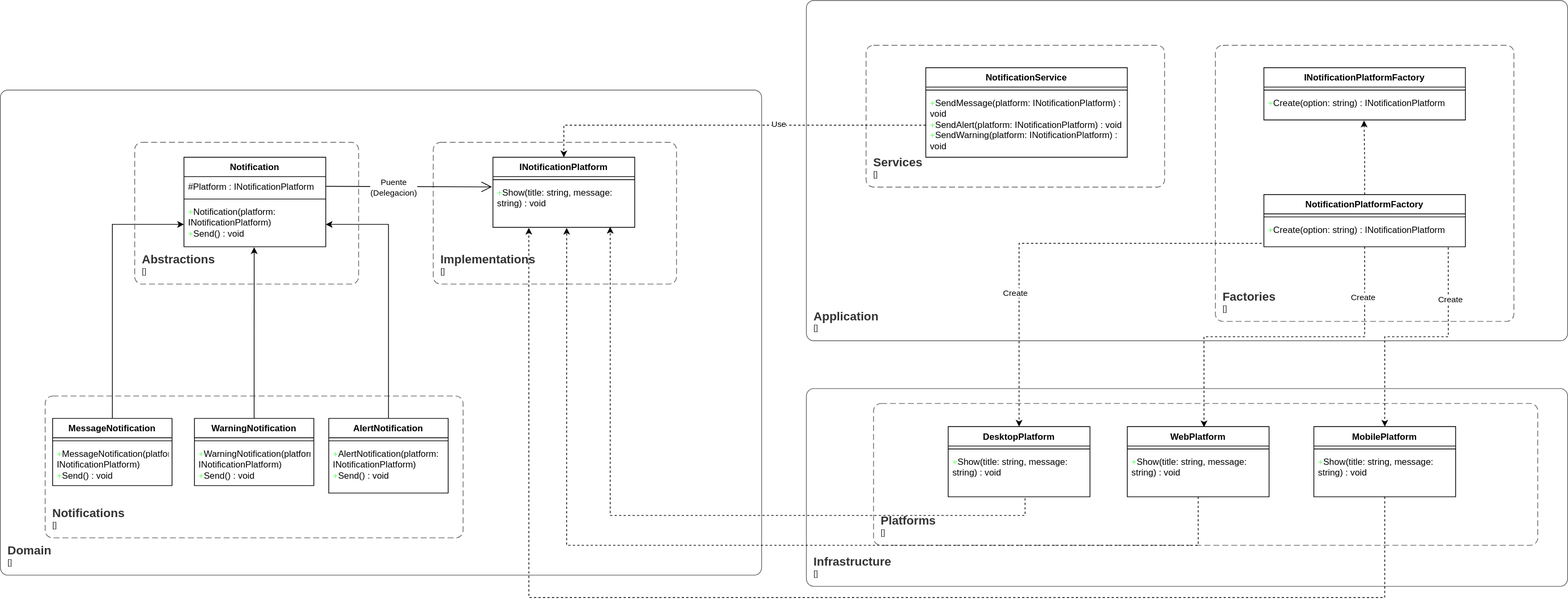
This is Scenarios/02_NotificationBridge/ClassDiagram/02_NotificationBridge.svg from jmanriquecruz/Unisabana-DesignPatterns, a draw.io export, as it was before one commit. Source tidied: cells renumbered, new cells last; positions are measured from the earlier drawing's top-left corner, leaving out a move shared by most shapes.
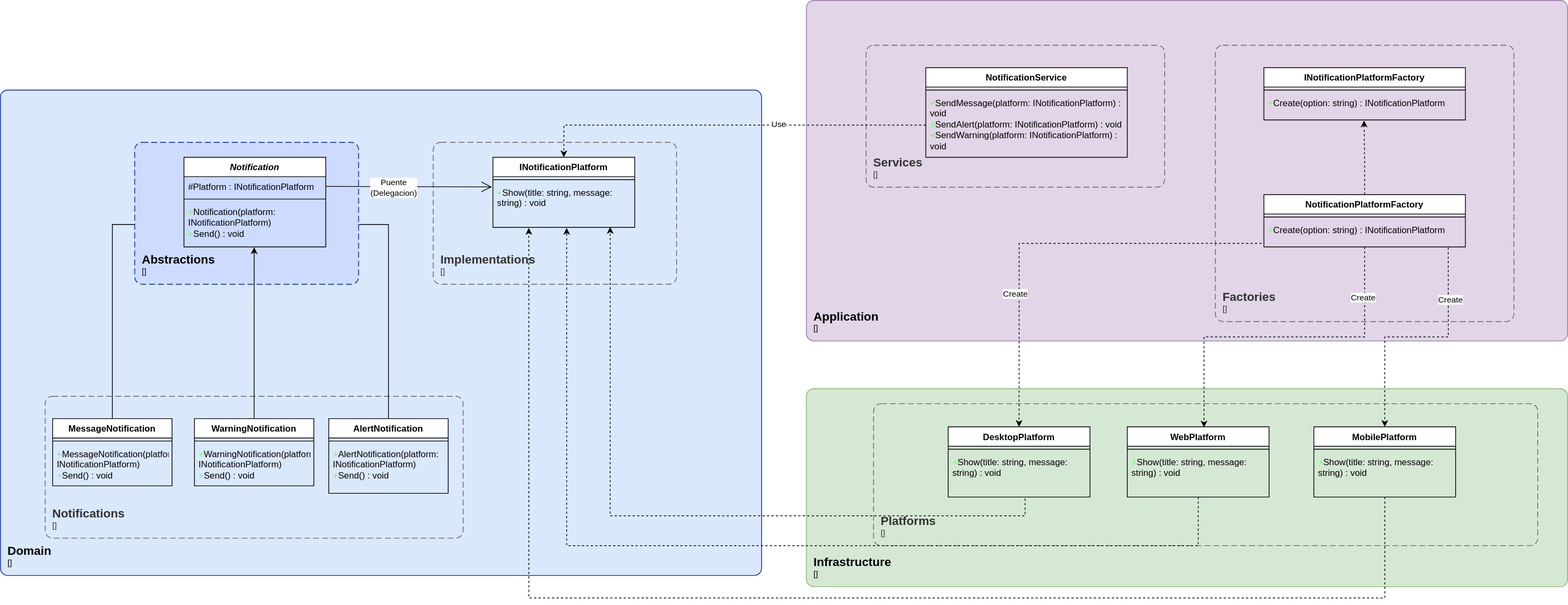
After the change.

Diff of the diagram source:
```diff
@@ -2,8 +2,13 @@
   <root>
     <mxCell id="0" />
     <mxCell id="1" parent="0" />
+    <object id="25" label="&lt;font style=&quot;font-size: 16px&quot;&gt;&lt;b&gt;&lt;div style=&quot;text-align: left&quot;&gt;%c4Name%&lt;/div&gt;&lt;/b&gt;&lt;/font&gt;&lt;div style=&quot;text-align: left&quot;&gt;[%c4Application%]&lt;/div&gt;" c4Application="" c4Name="Infrastructure" c4Type="SystemScopeBoundary" placeholders="1">
+      <mxCell style="rounded=1;fontSize=11;whiteSpace=wrap;html=1;arcSize=20;fillColor=#d5e8d4;strokeColor=#82b366;labelBackgroundColor=none;align=left;verticalAlign=bottom;labelBorderColor=none;spacingTop=0;spacing=10;perimeter=rectanglePerimeter;noLabel=0;labelPadding=0;absoluteArcSize=1;" parent="1" vertex="1">
+        <mxGeometry x="1080" y="520" width="1020" height="265" as="geometry" />
+      </mxCell>
+    </object>
     <object id="2" label="&lt;font style=&quot;font-size: 16px&quot;&gt;&lt;b&gt;&lt;div style=&quot;text-align: left&quot;&gt;%c4Name%&lt;/div&gt;&lt;/b&gt;&lt;/font&gt;&lt;div style=&quot;text-align: left&quot;&gt;[%c4Application%]&lt;/div&gt;" c4Application="" c4Name="Domain" c4Type="SystemScopeBoundary" placeholders="1">
-      <mxCell style="rounded=1;fontSize=11;whiteSpace=wrap;html=1;arcSize=20;fillColor=none;strokeColor=#666666;fontColor=#333333;labelBackgroundColor=none;align=left;verticalAlign=bottom;labelBorderColor=none;spacingTop=0;spacing=10;perimeter=rectanglePerimeter;noLabel=0;labelPadding=0;absoluteArcSize=1;" parent="1" vertex="1">
+      <mxCell style="rounded=1;fontSize=11;whiteSpace=wrap;html=1;arcSize=20;fillColor=#dae8fc;strokeColor=#001DBC;labelBackgroundColor=none;align=left;verticalAlign=bottom;labelBorderColor=none;spacingTop=0;spacing=10;perimeter=rectanglePerimeter;noLabel=0;labelPadding=0;absoluteArcSize=1;" parent="1" vertex="1">
         <mxGeometry y="120" width="1020" height="650" as="geometry" />
       </mxCell>
     </object>
@@ -36,6 +41,11 @@
     <mxCell id="11" style="edgeStyle=orthogonalEdgeStyle;rounded=0;jettySize=auto;html=1;exitX=0.5;exitY=0;exitDx=0;exitDy=0;entryX=1;entryY=0.5;entryDx=0;entryDy=0;" parent="1" edge="1" source="12" target="20">
       <mxGeometry relative="1" as="geometry" />
     </mxCell>
+    <object id="24" label="&lt;font style=&quot;font-size: 16px&quot;&gt;&lt;b&gt;&lt;div style=&quot;text-align: left&quot;&gt;%c4Name%&lt;/div&gt;&lt;/b&gt;&lt;/font&gt;&lt;div style=&quot;text-align: left&quot;&gt;[%c4Application%]&lt;/div&gt;" c4Application="" c4Name="Application" c4Type="SystemScopeBoundary" placeholders="1">
+      <mxCell style="rounded=1;fontSize=11;whiteSpace=wrap;html=1;arcSize=20;fillColor=#e1d5e7;strokeColor=#9673a6;labelBackgroundColor=none;align=left;verticalAlign=bottom;labelBorderColor=none;spacingTop=0;spacing=10;perimeter=rectanglePerimeter;noLabel=0;labelPadding=0;absoluteArcSize=1;" parent="1" vertex="1">
+        <mxGeometry x="1080" width="1020" height="456" as="geometry" />
+      </mxCell>
+    </object>
     <mxCell id="12" value="AlertNotification" style="swimlane;fontStyle=1;align=center;verticalAlign=top;horizontal=1;startSize=26;whiteSpace=wrap;html=1;labelBackgroundColor=default;textShadow=0;" parent="1" vertex="1">
       <mxGeometry x="440" y="560" width="160" height="100" as="geometry" />
     </mxCell>
@@ -46,7 +56,7 @@
       <mxGeometry y="34" width="160" height="66" as="geometry" />
     </mxCell>
     <object id="15" label="&lt;font style=&quot;font-size: 16px&quot;&gt;&lt;b&gt;&lt;div style=&quot;text-align: left&quot;&gt;%c4Name%&lt;/div&gt;&lt;/b&gt;&lt;/font&gt;&lt;div style=&quot;text-align: left&quot;&gt;[%c4Application%]&lt;/div&gt;" c4Application="" c4Name="Abstractions" c4Type="SystemScopeBoundary" placeholders="1">
-      <mxCell style="rounded=1;fontSize=11;whiteSpace=wrap;html=1;dashed=1;arcSize=20;fillColor=none;strokeColor=#666666;fontColor=#333333;labelBackgroundColor=none;align=left;verticalAlign=bottom;labelBorderColor=none;spacingTop=0;spacing=10;dashPattern=8 4;perimeter=rectanglePerimeter;noLabel=0;labelPadding=0;absoluteArcSize=1;" parent="1" vertex="1">
+      <mxCell style="rounded=1;fontSize=11;whiteSpace=wrap;html=1;dashed=1;arcSize=20;fillColor=#CCDBFF;strokeColor=#001DBC;labelBackgroundColor=none;align=left;verticalAlign=bottom;labelBorderColor=none;spacingTop=0;spacing=10;dashPattern=8 4;perimeter=rectanglePerimeter;noLabel=0;labelPadding=0;absoluteArcSize=1;" parent="1" vertex="1">
         <mxGeometry x="180" y="190" width="300" height="190" as="geometry" />
       </mxCell>
     </object>
@@ -55,7 +65,7 @@
         <mxGeometry x="580" y="190" width="326" height="190" as="geometry" />
       </mxCell>
     </object>
-    <mxCell id="17" value="Notification" style="swimlane;fontStyle=1;align=center;verticalAlign=top;horizontal=1;startSize=26;whiteSpace=wrap;html=1;" parent="1" vertex="1">
+    <mxCell id="17" value="&lt;i&gt;Notification&lt;/i&gt;" style="swimlane;fontStyle=1;align=center;verticalAlign=top;horizontal=1;startSize=26;whiteSpace=wrap;html=1;" parent="1" vertex="1">
       <mxGeometry x="246" y="210" width="190" height="120" as="geometry" />
     </mxCell>
     <mxCell id="18" value="#Platform : INotificationPlatform" style="text;strokeColor=none;fillColor=none;align=left;verticalAlign=top;spacingLeft=4;spacingRight=4;overflow=hidden;points=[[0,0.5],[1,0.5]];portConstraint=eastwest;whiteSpace=wrap;html=1;" parent="17" vertex="1">
@@ -76,16 +86,6 @@
     <mxCell id="23" value="&lt;span style=&quot;color: rgb(102, 255, 102);&quot;&gt;+&lt;/span&gt;Show(title: string, message: string) : void" style="text;strokeColor=none;fillColor=none;align=left;verticalAlign=top;spacingLeft=4;spacingRight=4;overflow=hidden;points=[[0,0.5],[1,0.5]];portConstraint=eastwest;whiteSpace=wrap;html=1;" parent="21" vertex="1">
       <mxGeometry y="34" width="190" height="60" as="geometry" />
     </mxCell>
-    <object id="24" label="&lt;font style=&quot;font-size: 16px&quot;&gt;&lt;b&gt;&lt;div style=&quot;text-align: left&quot;&gt;%c4Name%&lt;/div&gt;&lt;/b&gt;&lt;/font&gt;&lt;div style=&quot;text-align: left&quot;&gt;[%c4Application%]&lt;/div&gt;" c4Application="" c4Name="Application" c4Type="SystemScopeBoundary" placeholders="1">
-      <mxCell style="rounded=1;fontSize=11;whiteSpace=wrap;html=1;arcSize=20;fillColor=none;strokeColor=#666666;fontColor=#333333;labelBackgroundColor=none;align=left;verticalAlign=bottom;labelBorderColor=none;spacingTop=0;spacing=10;perimeter=rectanglePerimeter;noLabel=0;labelPadding=0;absoluteArcSize=1;" parent="1" vertex="1">
-        <mxGeometry x="1080" width="1020" height="456" as="geometry" />
-      </mxCell>
-    </object>
-    <object id="25" label="&lt;font style=&quot;font-size: 16px&quot;&gt;&lt;b&gt;&lt;div style=&quot;text-align: left&quot;&gt;%c4Name%&lt;/div&gt;&lt;/b&gt;&lt;/font&gt;&lt;div style=&quot;text-align: left&quot;&gt;[%c4Application%]&lt;/div&gt;" c4Application="" c4Name="Infrastructure" c4Type="SystemScopeBoundary" placeholders="1">
-      <mxCell style="rounded=1;fontSize=11;whiteSpace=wrap;html=1;arcSize=20;fillColor=none;strokeColor=#666666;fontColor=#333333;labelBackgroundColor=none;align=left;verticalAlign=bottom;labelBorderColor=none;spacingTop=0;spacing=10;perimeter=rectanglePerimeter;noLabel=0;labelPadding=0;absoluteArcSize=1;" parent="1" vertex="1">
-        <mxGeometry x="1080" y="520" width="1020" height="265" as="geometry" />
-      </mxCell>
-    </object>
     <object id="26" label="&lt;font style=&quot;font-size: 16px&quot;&gt;&lt;b&gt;&lt;div style=&quot;text-align: left&quot;&gt;%c4Name%&lt;/div&gt;&lt;/b&gt;&lt;/font&gt;&lt;div style=&quot;text-align: left&quot;&gt;[%c4Application%]&lt;/div&gt;" c4Application="" c4Name="Platforms" c4Type="SystemScopeBoundary" placeholders="1">
       <mxCell style="rounded=1;fontSize=11;whiteSpace=wrap;html=1;dashed=1;arcSize=20;fillColor=none;strokeColor=#666666;fontColor=#333333;labelBackgroundColor=none;align=left;verticalAlign=bottom;labelBorderColor=none;spacingTop=0;spacing=10;dashPattern=8 4;perimeter=rectanglePerimeter;noLabel=0;labelPadding=0;absoluteArcSize=1;" parent="1" vertex="1">
         <mxGeometry x="1170" y="540" width="890" height="190" as="geometry" />
```
